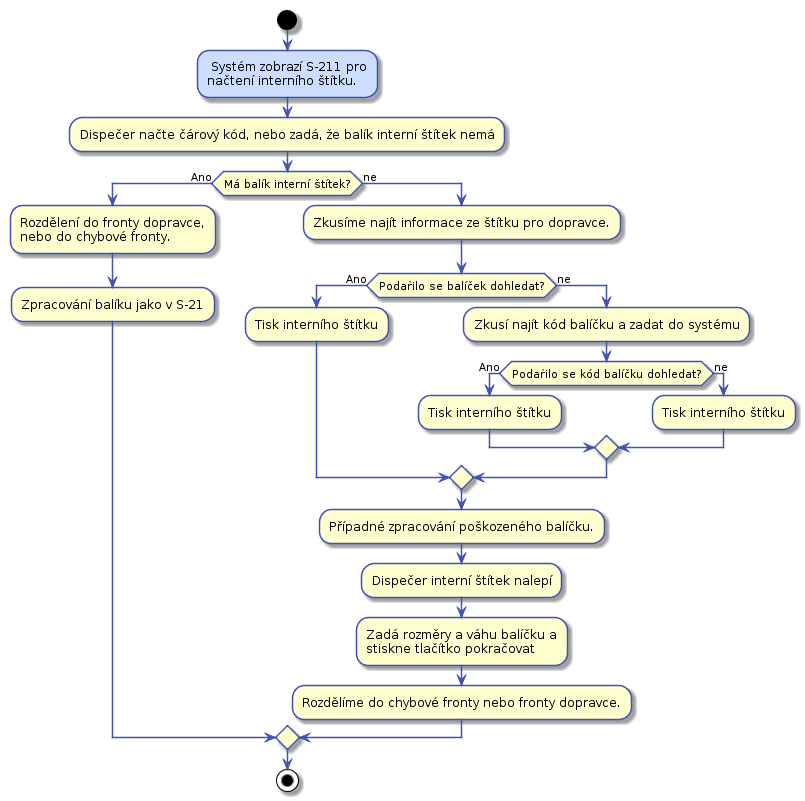
Internet-Handel/postman keeps this PlantUML diagram as docs/diagrams/out/uc-26-activity.png. Above is the earlier version.
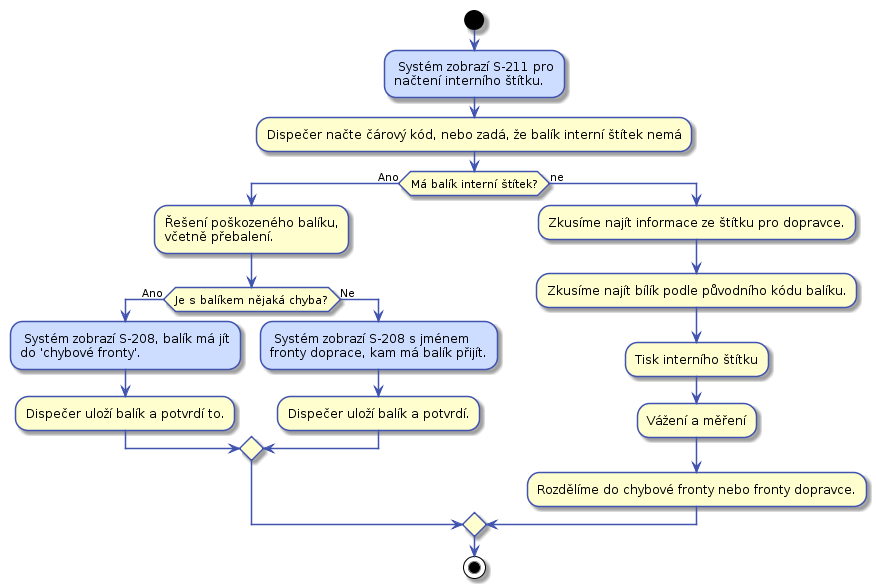
The same file after the commit.

Diff of the diagram source:
```diff
@@ -1,4 +1,5 @@
 @startuml
+
 
 skinparam activity {
     BorderColor #4053AF
@@ -24,6 +25,13 @@
     FontName Roboto
 }
 
+skinparam state {
+    BorderColor #4053AF
+    ArrowColor #4053AF
+    FontName Roboto
+}
+
+
 start
 
 #CDDDFF: Systém zobrazí S-211 pro
@@ -31,26 +39,22 @@
 :Dispečer načte čárový kód, nebo zadá, že balík interní štítek nemá;
 
 if (Má balík interní štítek?) then (Ano)
-    :Rozdělení do fronty dopravce,
-    nebo do chybové fronty.;
-    :Zpracování balíku jako v S-21;
-
+    :Řešení poškozeného balíku,
+    včetně přebalení.;
+    if (Je s balíkem nějaká chyba?) then (Ano)
+        #CDDDFF: Systém zobrazí S-208, balík má jít
+        do 'chybové fronty'.;
+        :Dispečer uloží balík a potvrdí to.;
+    else (Ne)
+       #CDDDFF: Systém zobrazí S-208 s jménem
+       fronty doprace, kam má balík přijít.;
+       :Dispečer uloží balík a potvrdí.;
+    endif
 else (ne)
     :Zkusíme najít informace ze štítku pro dopravce.;
-    if (Podařilo se balíček dohledat?) then (Ano)
-        :Tisk interního štítku;
-    else (ne)
-        :Zkusí najít kód balíčku a zadat do systému;
-        if (Podařilo se kód balíčku dohledat?) then (Ano)
-            :Tisk interního štítku;
-        else (ne)
-            :Tisk interního štítku;
-        endif
-    endif
-    :Případné zpracování poškozeného balíčku.;
-    :Dispečer interní štítek nalepí;
-    :Zadá rozměry a váhu balíčku a
-    stiskne tlačítko pokračovat;
+    :Zkusíme najít bílík podle původního kódu balíku.;
+    :Tisk interního štítku;
+    :Vážení a měření;
     :Rozdělíme do chybové fronty nebo fronty dopravce.;
 endif
 
```
